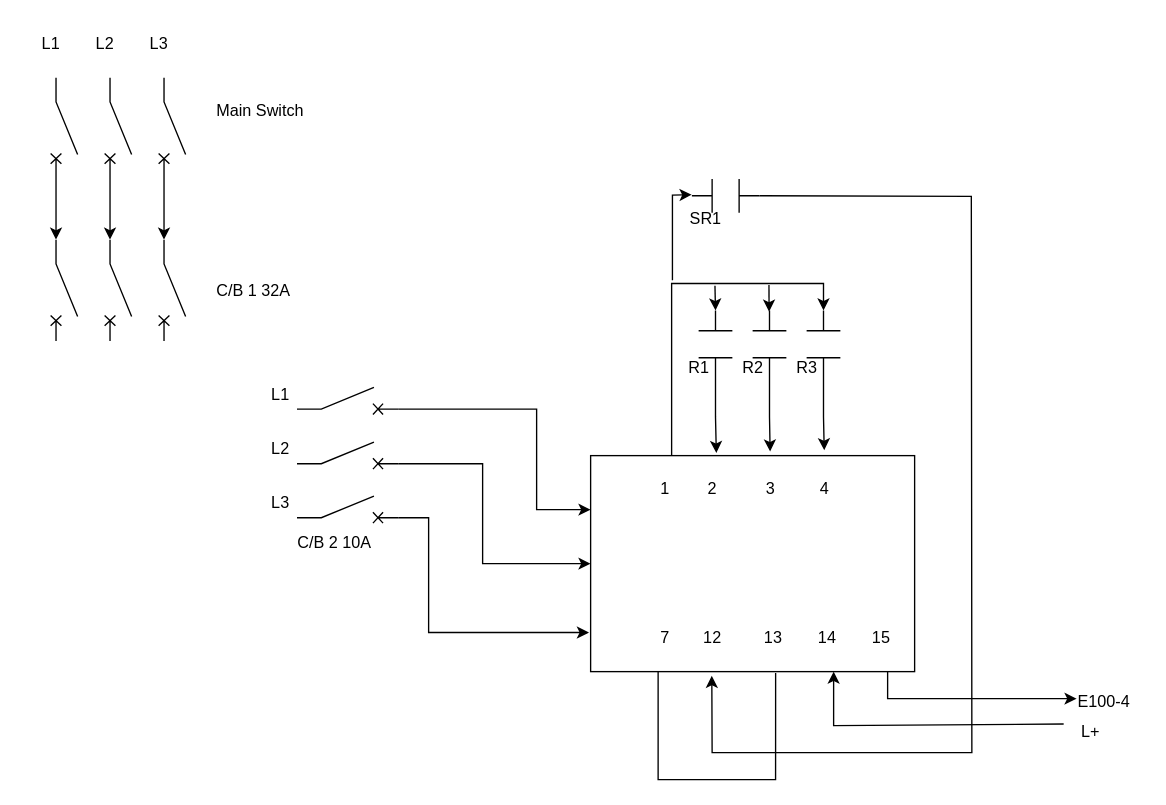
nicholas-carnie/Nicks-files keeps this draw.io diagram as Electrical - Aerosol JNR.drawio. Above is the earlier version. Source tidied: cells renumbered, new cells numbered last; positions are measured from the earlier drawing's top-left corner, leaving out a move shared by most shapes. Both pictures are drawn from the tidied source at 135%, with x=0, y=0 at pixel (23, 23).
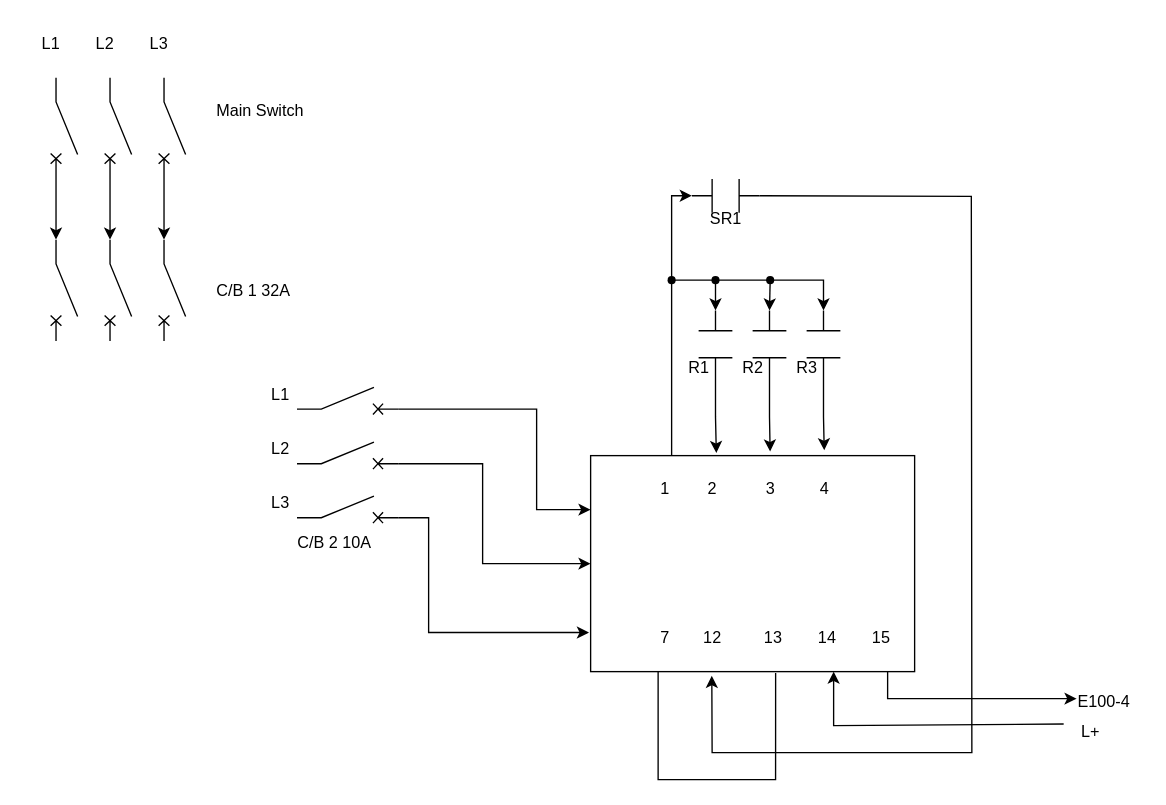
The same diagram, later.

The change refers to these unchanged cells:
```xml
<mxCell id="2" style="rounded=0;whiteSpace=wrap;html=1;" parent="1" vertex="1">
  <mxGeometry x="420" y="320" width="240" height="160" as="geometry" />
</mxCell>
<mxCell id="27" style="verticalLabelPosition=bottom;shadow=0;dashed=0;align=center;html=1;verticalAlign=top;shape=mxgraph.electrical.plc_ladder.contact;direction=south;" parent="1" vertex="1">
  <mxGeometry x="500" y="212.5" width="25" height="50" as="geometry" />
</mxCell>
<mxCell id="28" style="verticalLabelPosition=bottom;shadow=0;dashed=0;align=center;html=1;verticalAlign=top;shape=mxgraph.electrical.plc_ladder.contact;direction=south;" parent="1" vertex="1">
  <mxGeometry x="540" y="212.5" width="25" height="50" as="geometry" />
</mxCell>
<mxCell id="29" style="verticalLabelPosition=bottom;shadow=0;dashed=0;align=center;html=1;verticalAlign=top;shape=mxgraph.electrical.plc_ladder.contact;direction=south;" parent="1" vertex="1">
  <mxGeometry x="580" y="212.5" width="25" height="50" as="geometry" />
</mxCell>
<mxCell id="48" style="verticalLabelPosition=bottom;shadow=0;dashed=0;align=center;html=1;verticalAlign=top;shape=mxgraph.electrical.plc_ladder.contact;direction=west;" parent="1" vertex="1">
  <mxGeometry x="495" y="115" width="50" height="25" as="geometry" />
</mxCell>
```

Diff of the diagram source:
```diff
@@
-    <mxCell id="45" style="endArrow=classic;html=1;rounded=0;entryX=0;entryY=0.5;entryDx=0;entryDy=0;entryPerimeter=0;" parent="1" edge="1" target="27">
-      <mxGeometry relative="1" as="geometry">
-        <mxPoint x="512.1" y="194.1" as="sourcePoint" />
-      </mxGeometry>
-    </mxCell>
     <mxCell id="46" style="edgeStyle=orthogonalEdgeStyle;rounded=0;jettySize=auto;html=1;exitX=0.25;exitY=0;exitDx=0;exitDy=0;entryX=0;entryY=0.5;entryDx=0;entryDy=0;entryPerimeter=0;" parent="1" edge="1" source="2" target="29">
-      <mxGeometry relative="1" as="geometry" />
+      <mxGeometry relative="1" as="geometry">
+        <Array as="points">
+          <mxPoint x="480" y="190" />
+          <mxPoint x="540" y="190" />
+          <mxPoint x="592" y="190" />
+        </Array>
+      </mxGeometry>
     </mxCell>
-    <mxCell id="47" style="endArrow=classic;html=1;rounded=0;entryX=0.017;entryY=0.512;entryDx=0;entryDy=0;entryPerimeter=0;" parent="1" edge="1" target="28">
-      <mxGeometry relative="1" as="geometry">
-        <mxPoint x="552.1" y="193.6" as="sourcePoint" />
-      </mxGeometry>
-    </mxCell>
@@
-    <mxCell id="49" style="endArrow=classic;html=1;rounded=0;entryX=1.003;entryY=0.531;entryDx=0;entryDy=0;entryPerimeter=0;" parent="1" edge="1" target="48">
-      <mxGeometry relative="1" as="geometry">
-        <mxPoint x="480.6" y="190" as="sourcePoint" />
-        <Array as="points">
-          <mxPoint x="480.6" y="127" />
-        </Array>
-      </mxGeometry>
-    </mxCell>
     <mxCell id="50" value="SR1" style="text;html=1;align=center;verticalAlign=middle;strokeColor=none;fillColor=none;" parent="1" vertex="1">
-      <mxGeometry x="480" y="130" width="50" height="30" as="geometry" />
+      <mxGeometry x="495" y="130" width="50" height="30" as="geometry" />
     </mxCell>
@@
+    <mxCell id="57" style="shape=waypoint;sketch=0;fillStyle=solid;size=6;points=[];fillColor=none;perimeter=centerPerimeter;snapToPoint=1;" parent="1" vertex="1">
+      <mxGeometry x="470" y="180" width="20" height="20" as="geometry" />
+    </mxCell>
+    <mxCell id="58" style="edgeStyle=orthogonalEdgeStyle;rounded=0;jettySize=auto;html=1;entryX=1;entryY=0.5;entryDx=0;entryDy=0;entryPerimeter=0;" parent="1" edge="1" source="57" target="48">
+      <mxGeometry relative="1" as="geometry">
+        <Array as="points">
+          <mxPoint x="480" y="128" />
+        </Array>
+      </mxGeometry>
+    </mxCell>
+    <mxCell id="59" style="shape=waypoint;sketch=0;fillStyle=solid;size=6;points=[];fillColor=none;perimeter=centerPerimeter;snapToPoint=1;" parent="1" vertex="1">
+      <mxGeometry x="502.5" y="180" width="20" height="20" as="geometry" />
+    </mxCell>
+    <mxCell id="60" style="shape=waypoint;sketch=0;fillStyle=solid;size=6;points=[];fillColor=none;perimeter=centerPerimeter;snapToPoint=1;" parent="1" vertex="1">
+      <mxGeometry x="543" y="180" width="20" height="20" as="geometry" />
+    </mxCell>
+    <mxCell id="61" style="edgeStyle=orthogonalEdgeStyle;rounded=0;jettySize=auto;html=1;entryX=0;entryY=0.5;entryDx=0;entryDy=0;entryPerimeter=0;" parent="1" edge="1" source="59" target="27">
+      <mxGeometry relative="1" as="geometry" />
+    </mxCell>
+    <mxCell id="62" style="edgeStyle=orthogonalEdgeStyle;rounded=0;jettySize=auto;html=1;entryX=0;entryY=0.5;entryDx=0;entryDy=0;entryPerimeter=0;" parent="1" edge="1" source="60" target="28">
+      <mxGeometry relative="1" as="geometry" />
+    </mxCell>
```
